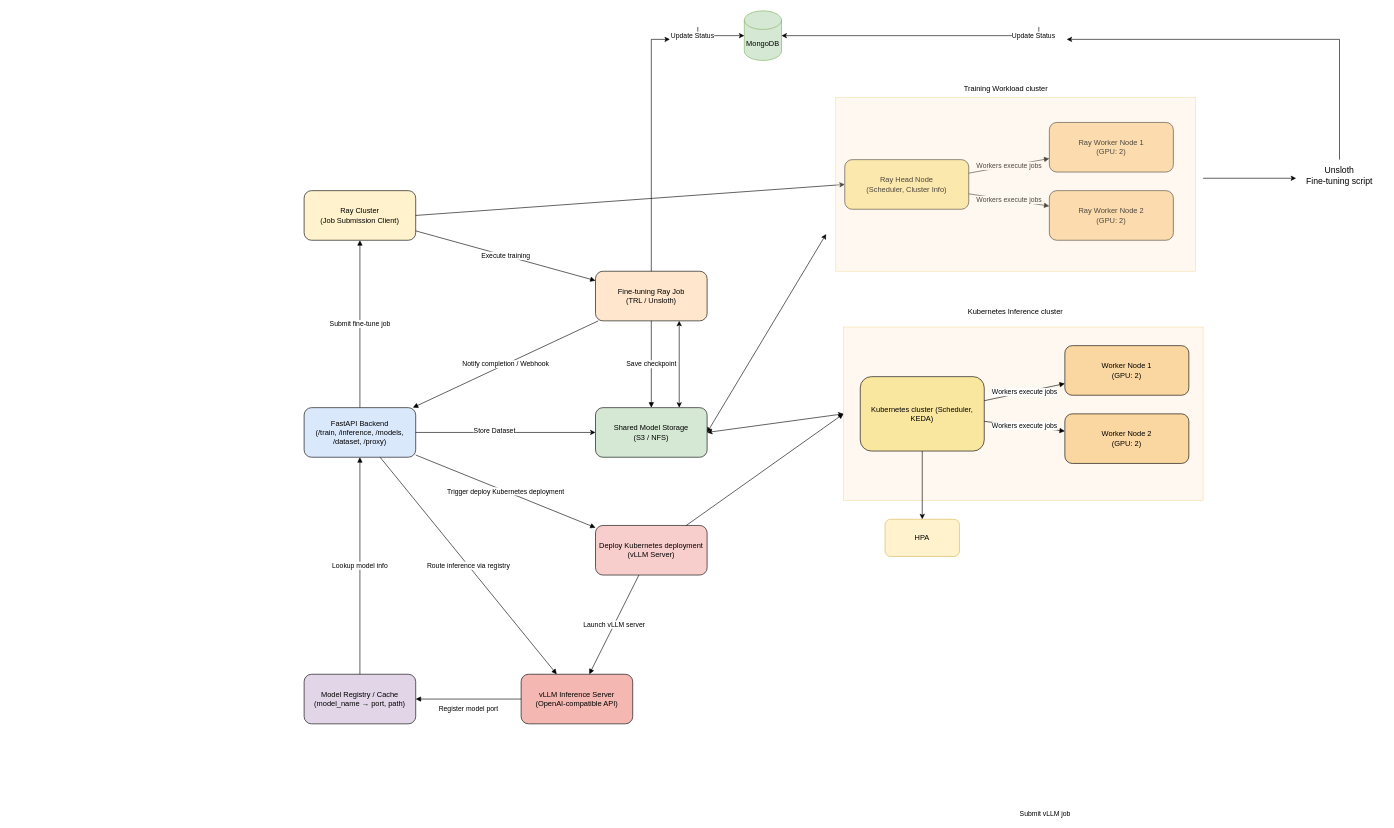
Above: mini_studio_architecture_fixed.drawio in rachitjindal56/mini-studio (draw.io), before the change. Source tidied: cells renumbered, new cells numbered last; positions are measured from the earlier drawing's top-left corner, leaving out a move shared by most shapes. Both pictures are drawn from the tidied source at 62%, with x=0, y=0 at pixel (304, 11).
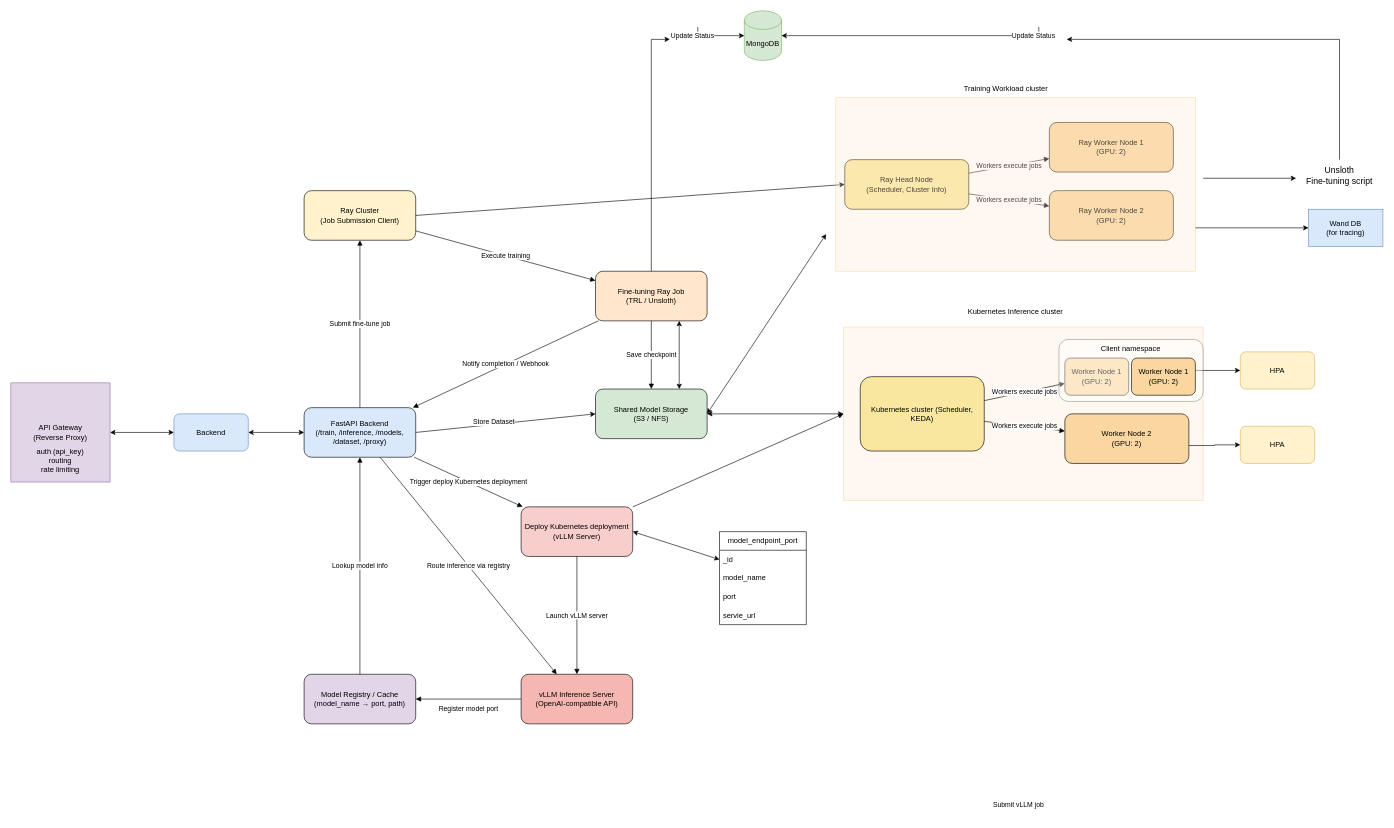
After the change.

Commit message (it also covers changes not shown here):
fix: architecture diagram

The change refers to these unchanged cells:
```xml
<mxCell id="2" value="FastAPI Backend&lt;br&gt;(/train, /inference, /models, /dataset, /proxy)" style="rounded=1;whiteSpace=wrap;html=1;fillColor=#dae8fc;" parent="1" vertex="1">
  <mxGeometry y="640" width="180" height="80" as="geometry" />
</mxCell>
<mxCell id="27" value="Kubernetes cluster (Scheduler, KEDA)" style="rounded=1;whiteSpace=wrap;html=1;fillColor=#F9E79F;" parent="1" vertex="1">
  <mxGeometry x="897" y="590" width="200" height="120" as="geometry" />
</mxCell>
<mxCell id="29" value="Worker Node 2&lt;br&gt;(GPU: 2)" style="rounded=1;whiteSpace=wrap;html=1;fillColor=#FAD7A0;" parent="1" vertex="1">
  <mxGeometry x="1227" y="650" width="200" height="80" as="geometry" />
</mxCell>
<mxCell id="39" style="rounded=0;whiteSpace=wrap;html=1;fillColor=#ffe6cc;strokeColor=#d79b00;gradientColor=none;opacity=30;" parent="1" vertex="1">
  <mxGeometry x="857.5" y="140" width="580" height="280" as="geometry" />
</mxCell>
```

Diff of the diagram source:
```diff
@@
     <mxCell id="5" value="Shared Model Storage&lt;br&gt;(S3 / NFS)" style="rounded=1;whiteSpace=wrap;html=1;fillColor=#d5e8d4;" parent="1" vertex="1">
-      <mxGeometry x="470" y="640" width="180" height="80" as="geometry" />
+      <mxGeometry x="470" y="610" width="180" height="80" as="geometry" />
     </mxCell>
     <mxCell id="6" value="Deploy Kubernetes deployment&lt;br&gt;(vLLM Server)" style="rounded=1;whiteSpace=wrap;html=1;fillColor=#f8cecc;" parent="1" vertex="1">
-      <mxGeometry x="470" y="830" width="180" height="80" as="geometry" />
+      <mxGeometry x="350" y="800" width="180" height="80" as="geometry" />
     </mxCell>
@@
     <mxCell id="28" value="Worker Node 1&lt;br&gt;(GPU: 2)" style="rounded=1;whiteSpace=wrap;html=1;fillColor=#FAD7A0;" parent="1" vertex="1">
-      <mxGeometry x="1227" y="540" width="200" height="80" as="geometry" />
+      <mxGeometry x="1227" y="560" width="103" height="60" as="geometry" />
     </mxCell>
+    <mxCell id="50" style="edgeStyle=orthogonalEdgeStyle;rounded=0;jettySize=auto;html=1;exitX=0.983;exitY=0.639;exitDx=0;exitDy=0;entryX=0;entryY=0.5;entryDx=0;entryDy=0;exitPerimeter=0;" parent="1" edge="1" source="29" target="55">
+      <mxGeometry relative="1" as="geometry" />
+    </mxCell>
@@
+    <mxCell id="51" style="edgeStyle=orthogonalEdgeStyle;rounded=0;jettySize=auto;html=1;exitX=1;exitY=0.75;exitDx=0;exitDy=0;entryX=0;entryY=0.5;entryDx=0;entryDy=0;" parent="1" edge="1" source="39" target="67">
+      <mxGeometry relative="1" as="geometry" />
+    </mxCell>
@@
     <mxCell id="42" value="HPA" style="rounded=1;whiteSpace=wrap;html=1;fillColor=#fff2cc;strokeColor=#d6b656;" parent="1" vertex="1">
-      <mxGeometry x="937" y="820" width="120" height="60" as="geometry" />
+      <mxGeometry x="1510" y="550" width="120" height="60" as="geometry" />
     </mxCell>
-    <mxCell id="43" style="endArrow=classic;html=1;rounded=0;entryX=0.5;entryY=0;entryDx=0;entryDy=0;exitX=0.5;exitY=1;exitDx=0;exitDy=0;" parent="1" edge="1" source="27" target="42">
-      <mxGeometry relative="1" as="geometry" />
+    <mxCell id="43" style="endArrow=classic;html=1;rounded=0;entryX=0;entryY=0.5;entryDx=0;entryDy=0;" parent="1" edge="1" target="42">
+      <mxGeometry relative="1" as="geometry">
+        <mxPoint x="1430" y="580" as="sourcePoint" />
+      </mxGeometry>
     </mxCell>
@@
+    <mxCell id="52" style="rounded=1;whiteSpace=wrap;html=1;opacity=40;" parent="1" vertex="1">
+      <mxGeometry x="1217.5" y="530" width="232.5" height="100" as="geometry" />
+    </mxCell>
+    <mxCell id="53" value="Worker Node 1&lt;br&gt;(GPU: 2)" style="rounded=1;whiteSpace=wrap;html=1;fillColor=#FAD7A0;" parent="1" vertex="1">
+      <mxGeometry x="1334.5" y="560" width="103" height="60" as="geometry" />
+    </mxCell>
+    <mxCell id="54" value="Client namespace" style="text;html=1;align=center;verticalAlign=middle;whiteSpace=wrap;rounded=0;" parent="1" vertex="1">
+      <mxGeometry x="1282.2" y="530" width="103" height="30" as="geometry" />
+    </mxCell>
+    <mxCell id="55" value="HPA" style="rounded=1;whiteSpace=wrap;html=1;fillColor=#fff2cc;strokeColor=#d6b656;" parent="1" vertex="1">
+      <mxGeometry x="1510" y="670" width="120" height="60" as="geometry" />
+    </mxCell>
+    <mxCell id="56" value="Backend" style="rounded=1;whiteSpace=wrap;html=1;fillColor=#dae8fc;strokeColor=#6c8ebf;" parent="1" vertex="1">
+      <mxGeometry x="-210" y="650" width="120" height="60" as="geometry" />
+    </mxCell>
+    <mxCell id="57" value="API Gateway&lt;div&gt;(Reverse Proxy)&lt;/div&gt;" style="whiteSpace=wrap;html=1;fillColor=#e1d5e7;strokeColor=#9673a6;" parent="1" vertex="1">
+      <mxGeometry x="-473" y="600" width="160" height="160" as="geometry" />
+    </mxCell>
+    <mxCell id="58" style="endArrow=classic;startArrow=classic;html=1;rounded=0;entryX=0;entryY=0.5;entryDx=0;entryDy=0;exitX=1;exitY=0.5;exitDx=0;exitDy=0;" parent="1" edge="1" source="57" target="56">
+      <mxGeometry relative="1" as="geometry" />
+    </mxCell>
+    <mxCell id="59" style="endArrow=classic;startArrow=classic;html=1;rounded=0;entryX=1;entryY=0.5;entryDx=0;entryDy=0;" parent="1" edge="1" source="2" target="56">
+      <mxGeometry relative="1" as="geometry" />
+    </mxCell>
+    <mxCell id="60" value="auth (api_key)&lt;div&gt;routing&lt;/div&gt;&lt;div&gt;rate limiting&lt;/div&gt;" style="text;html=1;align=center;verticalAlign=middle;whiteSpace=wrap;rounded=0;" parent="1" vertex="1">
+      <mxGeometry x="-433" y="710" width="80" height="30" as="geometry" />
+    </mxCell>
+    <mxCell id="61" value="model_endpoint_port" style="swimlane;fontStyle=0;horizontal=1;startSize=30;whiteSpace=wrap;html=1;" parent="1" vertex="1">
+      <mxGeometry x="670" y="840" width="140" height="150" as="geometry" />
+    </mxCell>
+    <mxCell id="62" value="_id" style="text;strokeColor=none;fillColor=none;align=left;verticalAlign=middle;spacingLeft=4;spacingRight=4;overflow=hidden;points=[[0,0.5],[1,0.5]];portConstraint=eastwest;whiteSpace=wrap;html=1;" parent="61" vertex="1">
+      <mxGeometry y="30" width="140" height="30" as="geometry" />
+    </mxCell>
+    <mxCell id="63" value="model_name" style="text;strokeColor=none;fillColor=none;align=left;verticalAlign=middle;spacingLeft=4;spacingRight=4;overflow=hidden;whiteSpace=wrap;html=1;" parent="61" vertex="1">
+      <mxGeometry y="60" width="140" height="30" as="geometry" />
+    </mxCell>
+    <mxCell id="64" value="port" style="text;strokeColor=none;fillColor=none;align=left;verticalAlign=middle;spacingLeft=4;spacingRight=4;overflow=hidden;whiteSpace=wrap;html=1;" parent="61" vertex="1">
+      <mxGeometry y="90" width="140" height="30" as="geometry" />
+    </mxCell>
+    <mxCell id="65" value="servie_url" style="text;strokeColor=none;fillColor=none;align=left;verticalAlign=middle;spacingLeft=4;spacingRight=4;overflow=hidden;whiteSpace=wrap;html=1;" parent="61" vertex="1">
+      <mxGeometry y="120" width="140" height="30" as="geometry" />
+    </mxCell>
+    <mxCell id="66" style="endArrow=classic;startArrow=classic;html=1;rounded=0;entryX=0;entryY=0.5;entryDx=0;entryDy=0;exitX=1;exitY=0.5;exitDx=0;exitDy=0;" parent="1" edge="1" source="6" target="62">
+      <mxGeometry relative="1" as="geometry" />
+    </mxCell>
+    <mxCell id="67" value="Wand DB&lt;div&gt;(for tracing)&lt;/div&gt;" style="rounded=0;whiteSpace=wrap;html=1;fillColor=#dae8fc;strokeColor=#6c8ebf;" parent="1" vertex="1">
+      <mxGeometry x="1620" y="320" width="120" height="60" as="geometry" />
+    </mxCell>
```
